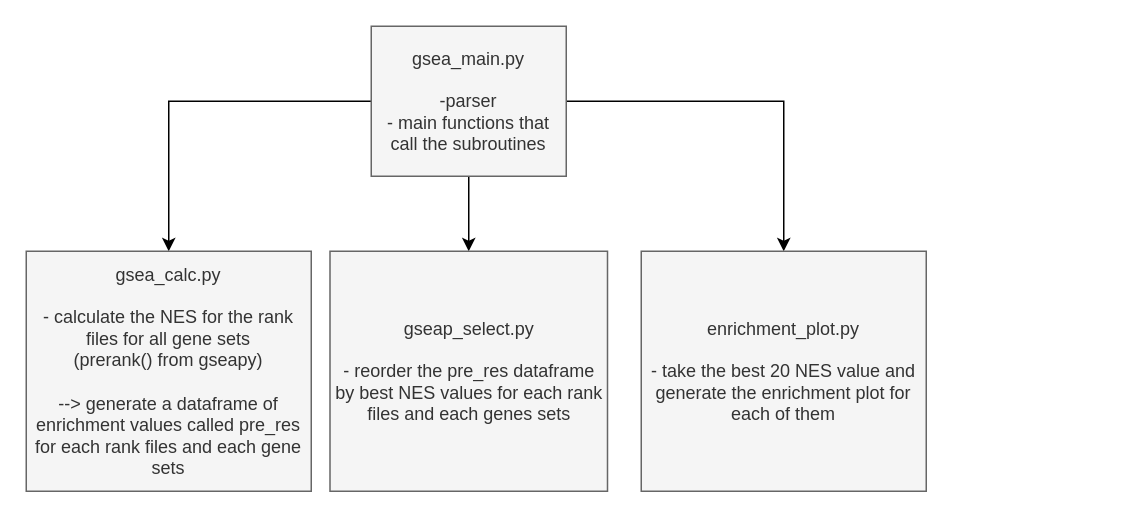
This is Architecture.drawio from FoghornTherapeutics/GSEApy, a draw.io file, before an edit. Source tidied: cells renumbered, new cells numbered last; positions are measured from the earlier drawing's top-left corner, leaving out a move shared by most shapes. Both pictures are drawn from the tidied source at 150%, with x=0, y=0 at pixel (26, 26).
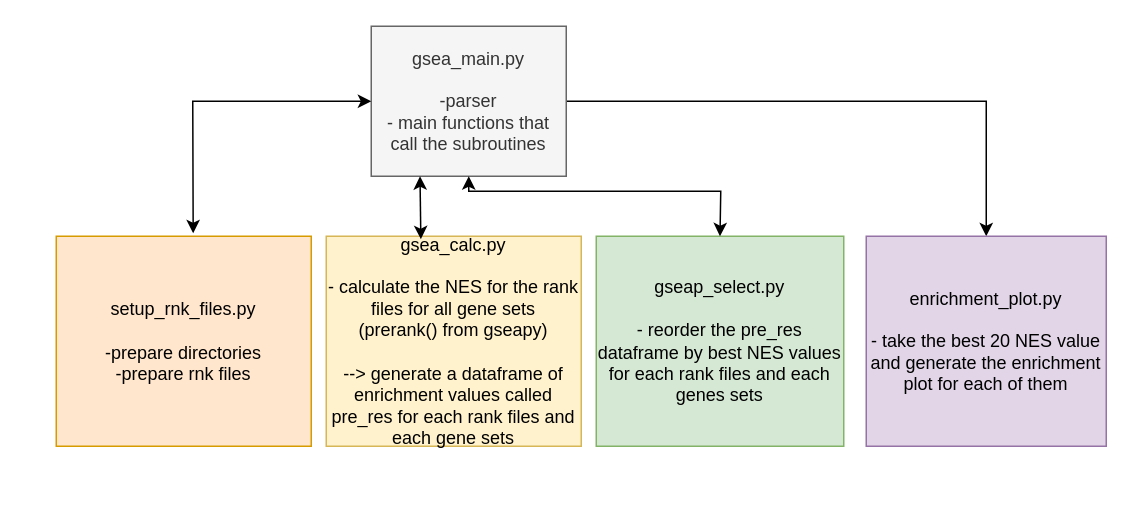
Above is the later version.

The edit, as a diff of the source:
```diff
@@
 <mxGraphModel>
   <root>
     <mxCell id="0" />
     <mxCell id="1" parent="0" />
-    <mxCell id="2" style="edgeStyle=orthogonalEdgeStyle;rounded=0;jettySize=auto;html=1;" parent="1" edge="1" source="5" target="6">
-      <mxGeometry relative="1" as="geometry" />
-    </mxCell>
-    <mxCell id="3" style="edgeStyle=orthogonalEdgeStyle;rounded=0;jettySize=auto;html=1;" parent="1" edge="1" source="5" target="7">
-      <mxGeometry relative="1" as="geometry" />
-    </mxCell>
     <mxCell id="4" style="edgeStyle=orthogonalEdgeStyle;rounded=0;jettySize=auto;html=1;" parent="1" edge="1" source="5" target="8">
       <mxGeometry relative="1" as="geometry" />
     </mxCell>
     <mxCell id="5" value="gsea_main.py&lt;br&gt;&lt;br&gt;-parser&lt;br&gt;- main functions that call the subroutines" style="rounded=0;whiteSpace=wrap;html=1;fillColor=#f5f5f5;fontColor=#333333;strokeColor=#666666;" parent="1" vertex="1">
       <mxGeometry x="230" width="130" height="100" as="geometry" />
     </mxCell>
-    <mxCell id="6" value="gsea_calc.py&lt;br&gt;&lt;br&gt;- calculate the NES for the rank files for all gene sets&lt;br&gt;(prerank() from gseapy)&lt;br&gt;&lt;br&gt;--&amp;gt; generate a dataframe of enrichment values called pre_res for each rank files and each gene sets" style="rounded=0;whiteSpace=wrap;html=1;fillColor=#f5f5f5;fontColor=#333333;strokeColor=#666666;" parent="1" vertex="1">
-      <mxGeometry y="150" width="190" height="160" as="geometry" />
+    <mxCell id="6" value="gsea_calc.py&lt;br&gt;&lt;br&gt;- calculate the NES for the rank files for all gene sets&lt;br&gt;(prerank() from gseapy)&lt;br&gt;&lt;br&gt;--&amp;gt; generate a dataframe of enrichment values called pre_res for each rank files and each gene sets" style="rounded=0;whiteSpace=wrap;html=1;fillColor=#fff2cc;strokeColor=#d6b656;" parent="1" vertex="1">
+      <mxGeometry x="200" y="140" width="170" height="140" as="geometry" />
     </mxCell>
-    <mxCell id="7" value="gseap_select.py&lt;br&gt;&lt;br&gt;- reorder the pre_res dataframe by best NES values for each rank files and each genes sets" style="rounded=0;whiteSpace=wrap;html=1;fillColor=#f5f5f5;fontColor=#333333;strokeColor=#666666;" parent="1" vertex="1">
-      <mxGeometry x="202.5" y="150" width="185" height="160" as="geometry" />
+    <mxCell id="7" value="gseap_select.py&lt;br&gt;&lt;br&gt;- reorder the pre_res dataframe by best NES values for each rank files and each genes sets" style="rounded=0;whiteSpace=wrap;html=1;fillColor=#d5e8d4;strokeColor=#82b366;" parent="1" vertex="1">
+      <mxGeometry x="380" y="140" width="165" height="140" as="geometry" />
     </mxCell>
-    <mxCell id="8" value="enrichment_plot.py&lt;br&gt;&lt;br&gt;- take the best 20 NES value and generate the enrichment plot for each of them" style="rounded=0;whiteSpace=wrap;html=1;fillColor=#f5f5f5;fontColor=#333333;strokeColor=#666666;" parent="1" vertex="1">
-      <mxGeometry x="410" y="150" width="190" height="160" as="geometry" />
+    <mxCell id="8" value="enrichment_plot.py&lt;br&gt;&lt;br&gt;- take the best 20 NES value and generate the enrichment plot for each of them" style="rounded=0;whiteSpace=wrap;html=1;fillColor=#e1d5e7;strokeColor=#9673a6;" parent="1" vertex="1">
+      <mxGeometry x="560" y="140" width="160" height="140" as="geometry" />
     </mxCell>
+    <mxCell id="9" value="setup_rnk_files.py&lt;br&gt;&lt;br&gt;-prepare directories&lt;br&gt;-prepare rnk files" style="rounded=0;whiteSpace=wrap;html=1;fillColor=#ffe6cc;strokeColor=#d79b00;" parent="1" vertex="1">
+      <mxGeometry x="20" y="140" width="170" height="140" as="geometry" />
+    </mxCell>
+    <mxCell id="10" style="endArrow=classic;startArrow=classic;html=1;rounded=0;exitX=0.537;exitY=-0.014;exitDx=0;exitDy=0;entryX=0;entryY=0.5;entryDx=0;entryDy=0;exitPerimeter=0;" parent="1" edge="1" source="9" target="5">
+      <mxGeometry relative="1" as="geometry">
+        <Array as="points">
+          <mxPoint x="111" y="50" />
+          <mxPoint x="170" y="50" />
+        </Array>
+      </mxGeometry>
+    </mxCell>
+    <mxCell id="11" style="endArrow=classic;startArrow=classic;html=1;rounded=0;entryX=0.5;entryY=1;entryDx=0;entryDy=0;exitX=0.5;exitY=0;exitDx=0;exitDy=0;" parent="1" edge="1" source="7" target="5">
+      <mxGeometry relative="1" as="geometry">
+        <Array as="points">
+          <mxPoint x="463" y="110" />
+          <mxPoint x="295" y="110" />
+        </Array>
+      </mxGeometry>
+    </mxCell>
+    <mxCell id="12" style="endArrow=classic;startArrow=classic;html=1;rounded=0;entryX=0.25;entryY=1;entryDx=0;entryDy=0;exitX=0.371;exitY=0.014;exitDx=0;exitDy=0;exitPerimeter=0;" parent="1" edge="1" source="6" target="5">
+      <mxGeometry relative="1" as="geometry" />
+    </mxCell>
   </root>
 </mxGraphModel>
```
